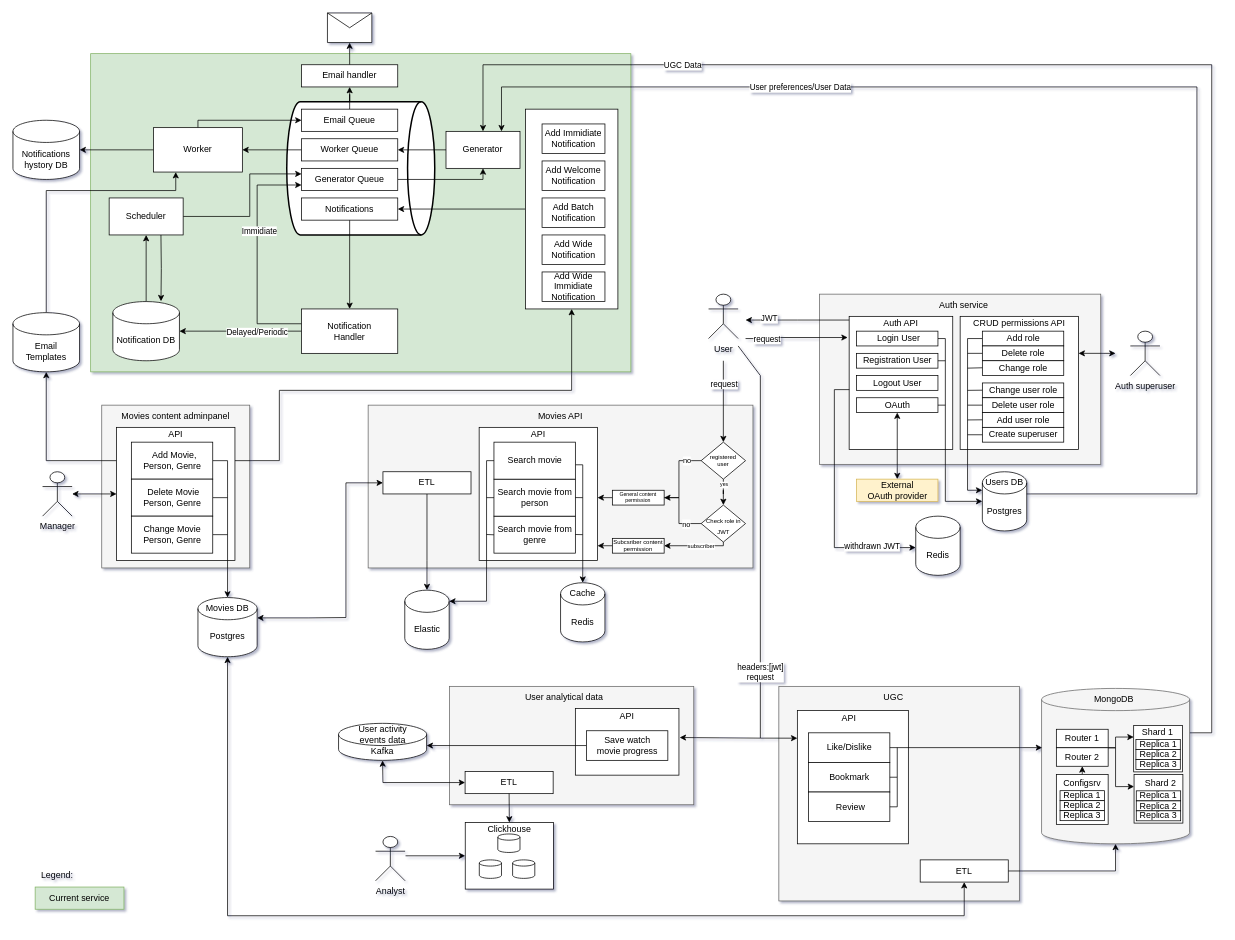
The draw.io diagram documentation/notify.drawio in aigt/notifications_sprint_1, before the edit. Source tidied: cells renumbered, new cells numbered last; positions are measured from the earlier drawing's top-left corner, leaving out a move shared by most shapes. Both pictures are drawn from the tidied source at 74%, with x=0, y=0 at pixel (13, 13).
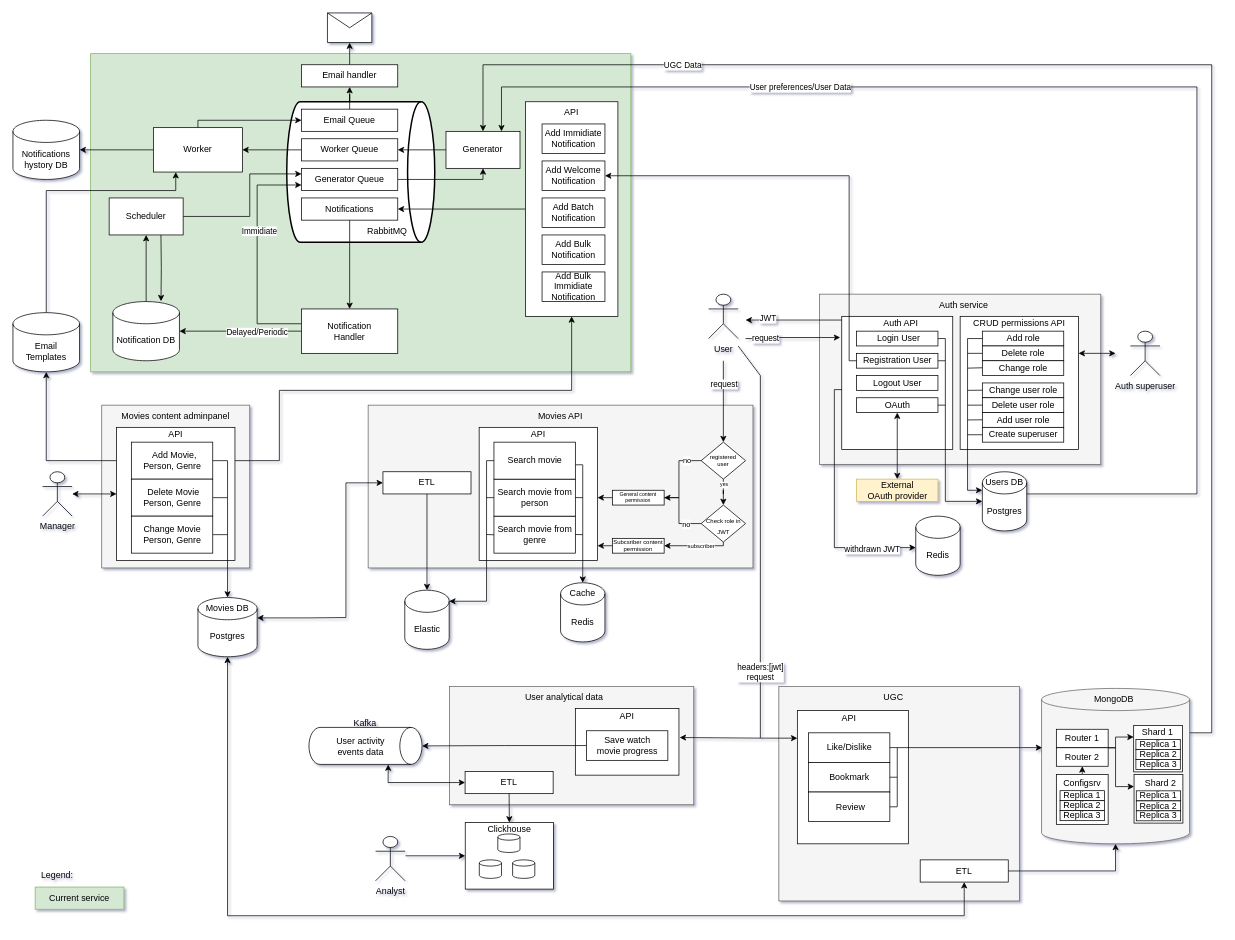
After the change.

Commit message (it also covers changes not shown here):
Исправлены найденные недочёты

The change refers to these unchanged cells:
```xml
<mxCell id="39" value="ETL" style="rounded=0;whiteSpace=wrap;html=1;fontColor=default;" parent="1" vertex="1">
  <mxGeometry x="611" y="1025" width="119" height="30" as="geometry" />
</mxCell>
<mxCell id="81" value="Registration User" style="html=1;fontColor=default;" parent="1" vertex="1">
  <mxGeometry x="1140" y="460" width="110" height="20" as="geometry" />
</mxCell>
<mxCell id="82" value="Auth API" style="text;html=1;strokeColor=none;fillColor=none;align=center;verticalAlign=middle;whiteSpace=wrap;rounded=0;fontColor=default;" parent="1" vertex="1">
  <mxGeometry x="1130" y="410" width="140" height="20" as="geometry" />
</mxCell>
<mxCell id="112" value="Save watch&lt;br&gt;movie progress" style="html=1;fontColor=default;" parent="1" vertex="1">
  <mxGeometry x="775" y="970" width="110" height="40" as="geometry" />
</mxCell>
<mxCell id="169" value="Add Welcome Notification" style="rounded=0;whiteSpace=wrap;html=1;" parent="1" vertex="1">
  <mxGeometry x="715" y="200" width="85" height="40" as="geometry" />
</mxCell>
```

Change to the diagram source:
```diff
@@
     <mxCell id="3" style="strokeWidth=2;html=1;shape=mxgraph.flowchart.direct_data;whiteSpace=wrap;" parent="1" vertex="1">
-      <mxGeometry x="370" y="120" width="200" height="180" as="geometry" />
+      <mxGeometry x="370" y="120" width="200" height="190" as="geometry" />
     </mxCell>
@@
-    <mxCell id="41" style="endArrow=classic;html=1;rounded=0;fontColor=default;entryX=0;entryY=0.5;entryDx=0;entryDy=0;exitX=0.5;exitY=1;exitDx=0;exitDy=0;exitPerimeter=0;startArrow=classic;startFill=1;" parent="1" edge="1" source="43" target="39">
+    <mxCell id="41" style="endArrow=classic;html=1;rounded=0;fontColor=default;entryX=0;entryY=0.5;entryDx=0;entryDy=0;exitX=1;exitY=0;exitDx=0;exitDy=45.6875;exitPerimeter=0;startArrow=classic;startFill=1;" parent="1" edge="1" source="43" target="39">
       <mxGeometry relative="1" as="geometry">
         <Array as="points">
-          <mxPoint x="500" y="1040" />
+          <mxPoint x="507" y="1040" />
         </Array>
       </mxGeometry>
     </mxCell>
@@
-    <mxCell id="43" value="Kafka" style="shape=cylinder3;whiteSpace=wrap;html=1;boundedLbl=1;backgroundOutline=1;size=15;fontColor=default;" parent="1" vertex="1">
-      <mxGeometry x="440" y="960" width="119" height="50" as="geometry" />
+    <mxCell id="43" style="shape=cylinder3;whiteSpace=wrap;html=1;boundedLbl=1;backgroundOutline=1;size=15;fontColor=default;rotation=90;" parent="1" vertex="1">
+      <mxGeometry x="451.4" y="914.1" width="50" height="152.8" as="geometry" />
     </mxCell>
@@
     <mxCell id="71" value="User activity events data" style="text;html=1;strokeColor=none;fillColor=none;align=center;verticalAlign=middle;whiteSpace=wrap;rounded=0;fontColor=default;" parent="1" vertex="1">
-      <mxGeometry x="459.5" y="960" width="80" height="30" as="geometry" />
+      <mxGeometry x="430" y="975.5" width="80" height="30" as="geometry" />
     </mxCell>
@@
     <mxCell id="78" style="rounded=0;whiteSpace=wrap;html=1;fontColor=default;" parent="1" vertex="1">
-      <mxGeometry x="1130" y="410" width="140" height="180" as="geometry" />
+      <mxGeometry x="1120" y="410" width="150" height="180" as="geometry" />
     </mxCell>
@@
-    <mxCell id="111" style="edgeStyle=orthogonalEdgeStyle;rounded=0;jettySize=auto;html=1;entryX=1;entryY=0;entryDx=0;entryDy=30;entryPerimeter=0;" parent="1" edge="1" source="112" target="43">
+    <mxCell id="111" style="edgeStyle=orthogonalEdgeStyle;rounded=0;jettySize=auto;html=1;entryX=0.5;entryY=0;entryDx=0;entryDy=0;entryPerimeter=0;" parent="1" edge="1" source="112" target="43">
       <mxGeometry relative="1" as="geometry" />
     </mxCell>
@@
-    <mxCell id="160" style="edgeStyle=orthogonalEdgeStyle;rounded=0;jettySize=auto;html=1;fontColor=default;exitX=0;exitY=0.25;exitDx=0;exitDy=0;" parent="1" edge="1" source="82">
+    <mxCell id="160" style="edgeStyle=orthogonalEdgeStyle;rounded=0;orthogonalLoop=1;jettySize=auto;html=1;fontColor=default;" parent="1" edge="1">
       <mxGeometry relative="1" as="geometry">
+        <mxPoint x="1120" y="415" as="sourcePoint" />
         <mxPoint x="990" y="415" as="targetPoint" />
       </mxGeometry>
     </mxCell>
@@
     <mxCell id="168" style="rounded=0;whiteSpace=wrap;html=1;" parent="1" vertex="1">
-      <mxGeometry x="692.5" y="130" width="125" height="270" as="geometry" />
+      <mxGeometry x="692.5" y="120" width="125" height="290" as="geometry" />
     </mxCell>
@@
-    <mxCell id="173" value="Add Wide Notification" style="rounded=0;whiteSpace=wrap;html=1;" parent="1" vertex="1">
+    <mxCell id="173" value="Add Bulk Notification" style="rounded=0;whiteSpace=wrap;html=1;" parent="1" vertex="1">
       <mxGeometry x="715" y="300" width="85" height="40" as="geometry" />
     </mxCell>
@@
-    <mxCell id="186" value="Add Wide Immidiate Notification" style="rounded=0;whiteSpace=wrap;html=1;" parent="1" vertex="1">
+    <mxCell id="186" value="Add Bulk Immidiate Notification" style="rounded=0;whiteSpace=wrap;html=1;" parent="1" vertex="1">
       <mxGeometry x="715" y="350" width="85" height="40" as="geometry" />
     </mxCell>
@@
+    <mxCell id="203" value="API" style="text;html=1;strokeColor=none;fillColor=none;align=center;verticalAlign=middle;whiteSpace=wrap;rounded=0;fontColor=default;" parent="1" vertex="1">
+      <mxGeometry x="700" y="120" width="110" height="30" as="geometry" />
+    </mxCell>
+    <mxCell id="204" value="Kafka" style="text;html=1;strokeColor=none;fillColor=none;align=center;verticalAlign=middle;whiteSpace=wrap;rounded=0;fontColor=default;" parent="1" vertex="1">
+      <mxGeometry x="406.4" y="950" width="140" height="20" as="geometry" />
+    </mxCell>
+    <mxCell id="205" value="RabbitMQ" style="text;html=1;strokeColor=none;fillColor=none;align=center;verticalAlign=middle;whiteSpace=wrap;rounded=0;fontColor=default;" parent="1" vertex="1">
+      <mxGeometry x="451.4" y="280" width="110" height="30" as="geometry" />
+    </mxCell>
+    <mxCell id="206" style="edgeStyle=orthogonalEdgeStyle;rounded=0;jettySize=auto;html=1;entryX=1;entryY=0.5;entryDx=0;entryDy=0;" parent="1" edge="1" source="81" target="169">
+      <mxGeometry relative="1" as="geometry">
+        <Array as="points">
+          <mxPoint x="1130" y="470" />
+          <mxPoint x="1130" y="220" />
+        </Array>
+      </mxGeometry>
+    </mxCell>
```
